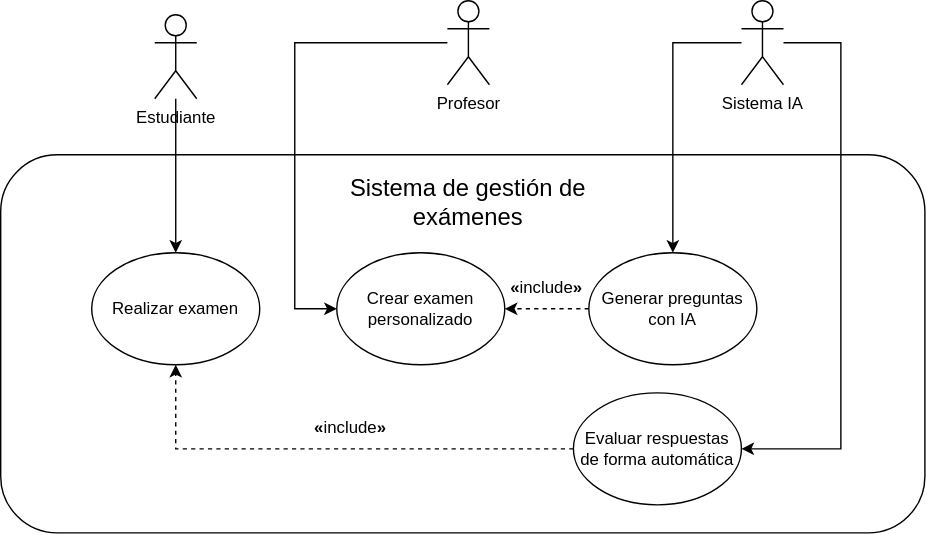
Juanb7737/calificia keeps this draw.io diagram as docs/usecases/UCD-gestionDeExamenes.svg. Above is the earlier version. Source tidied: cells renumbered, new cells last; positions are measured from the earlier drawing's top-left corner, leaving out a move shared by most shapes. Source of this version:
```xml
<mxGraphModel>
  <root>
    <mxCell id="0" />
    <mxCell id="1" parent="0" />
    <mxCell id="2" style="rounded=1;whiteSpace=wrap;html=1;" parent="1" vertex="1">
      <mxGeometry y="110" width="660" height="270" as="geometry" />
    </mxCell>
    <mxCell id="3" style="edgeStyle=orthogonalEdgeStyle;rounded=0;jettySize=auto;html=1;entryX=0;entryY=0.5;entryDx=0;entryDy=0;" parent="1" edge="1" source="4" target="10">
      <mxGeometry relative="1" as="geometry">
        <Array as="points">
          <mxPoint x="210" y="30" />
          <mxPoint x="210" y="220" />
        </Array>
      </mxGeometry>
    </mxCell>
    <mxCell id="4" value="Profesor" style="shape=umlActor;verticalLabelPosition=bottom;verticalAlign=top;html=1;" parent="1" vertex="1">
      <mxGeometry x="319" width="30" height="60" as="geometry" />
    </mxCell>
    <mxCell id="5" style="edgeStyle=orthogonalEdgeStyle;rounded=0;jettySize=auto;html=1;" parent="1" edge="1" source="6" target="13">
      <mxGeometry relative="1" as="geometry" />
    </mxCell>
    <mxCell id="6" value="Estudiante" style="shape=umlActor;verticalLabelPosition=bottom;verticalAlign=top;html=1;" parent="1" vertex="1">
      <mxGeometry x="110" y="10" width="30" height="60" as="geometry" />
    </mxCell>
    <mxCell id="7" style="edgeStyle=orthogonalEdgeStyle;rounded=0;jettySize=auto;html=1;entryX=1;entryY=0.5;entryDx=0;entryDy=0;" parent="1" edge="1" source="9" target="15">
      <mxGeometry relative="1" as="geometry">
        <Array as="points">
          <mxPoint x="600" y="30" />
          <mxPoint x="600" y="320" />
        </Array>
      </mxGeometry>
    </mxCell>
    <mxCell id="8" style="edgeStyle=orthogonalEdgeStyle;rounded=0;jettySize=auto;html=1;" parent="1" edge="1" source="9" target="12">
      <mxGeometry relative="1" as="geometry">
        <Array as="points">
          <mxPoint x="480" y="30" />
        </Array>
      </mxGeometry>
    </mxCell>
    <mxCell id="9" value="Sistema IA" style="shape=umlActor;verticalLabelPosition=bottom;verticalAlign=top;html=1;" parent="1" vertex="1">
      <mxGeometry x="529" width="30" height="60" as="geometry" />
    </mxCell>
    <mxCell id="10" value="Crear examen personalizado" style="ellipse;whiteSpace=wrap;html=1;" parent="1" vertex="1">
      <mxGeometry x="240" y="180" width="120" height="80" as="geometry" />
    </mxCell>
    <mxCell id="11" style="edgeStyle=orthogonalEdgeStyle;rounded=0;jettySize=auto;html=1;entryX=1;entryY=0.5;entryDx=0;entryDy=0;dashed=1;" parent="1" edge="1" source="12" target="10">
      <mxGeometry relative="1" as="geometry" />
    </mxCell>
    <mxCell id="12" value="Generar preguntas con IA" style="ellipse;whiteSpace=wrap;html=1;" parent="1" vertex="1">
      <mxGeometry x="420" y="180" width="120" height="80" as="geometry" />
    </mxCell>
    <mxCell id="13" value="Realizar examen" style="ellipse;whiteSpace=wrap;html=1;" parent="1" vertex="1">
      <mxGeometry x="65" y="180" width="120" height="80" as="geometry" />
    </mxCell>
    <mxCell id="14" style="edgeStyle=orthogonalEdgeStyle;rounded=0;jettySize=auto;html=1;exitX=0;exitY=0.5;exitDx=0;exitDy=0;entryX=0.5;entryY=1;entryDx=0;entryDy=0;dashed=1;" parent="1" edge="1" source="15" target="13">
      <mxGeometry relative="1" as="geometry" />
    </mxCell>
    <mxCell id="15" value="Evaluar respuestas de forma automática" style="ellipse;whiteSpace=wrap;html=1;" parent="1" vertex="1">
      <mxGeometry x="409" y="280" width="120" height="80" as="geometry" />
    </mxCell>
    <mxCell id="16" value="&lt;span id=&quot;columnas_especial&quot;&gt;&lt;strong&gt;«&lt;/strong&gt;&lt;/span&gt;include&lt;strong&gt;»&lt;/strong&gt;" style="text;html=1;align=center;verticalAlign=middle;whiteSpace=wrap;rounded=0;" parent="1" vertex="1">
      <mxGeometry x="360" y="190" width="60" height="30" as="geometry" />
    </mxCell>
    <mxCell id="17" value="&lt;font style=&quot;font-size: 17px;&quot;&gt;Sistema de gestión de exámenes&lt;/font&gt;" style="text;html=1;align=center;verticalAlign=middle;whiteSpace=wrap;rounded=0;" parent="1" vertex="1">
      <mxGeometry x="234" y="130" width="200" height="30" as="geometry" />
    </mxCell>
    <mxCell id="18" value="&lt;span id=&quot;columnas_especial&quot;&gt;&lt;strong&gt;«&lt;/strong&gt;&lt;/span&gt;include&lt;strong&gt;»&lt;/strong&gt;" style="text;html=1;align=center;verticalAlign=middle;whiteSpace=wrap;rounded=0;" parent="1" vertex="1">
      <mxGeometry x="220" y="290" width="60" height="30" as="geometry" />
    </mxCell>
  </root>
</mxGraphModel>
```
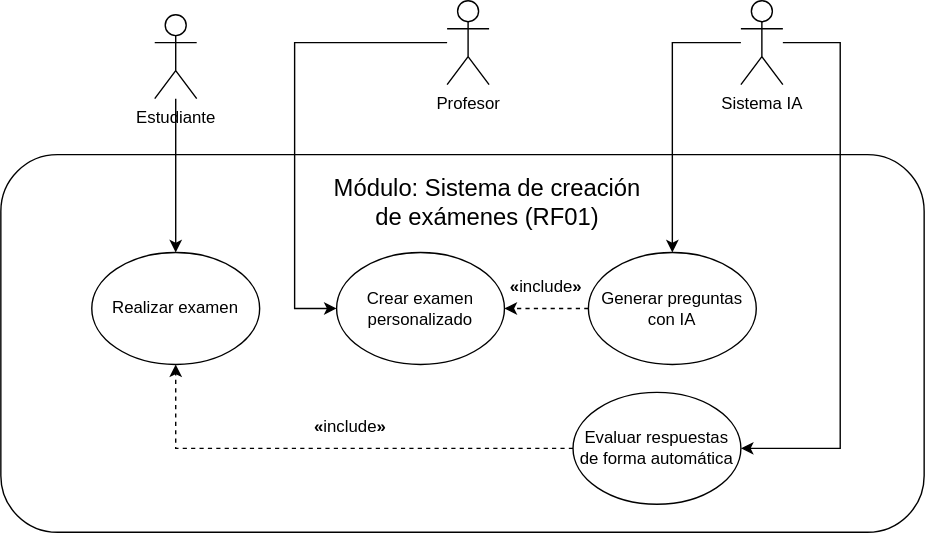
Above is the later version.

The edit, as a diff of the source:
```diff
@@ -61,8 +61,8 @@
     <mxCell id="16" value="&lt;span id=&quot;columnas_especial&quot;&gt;&lt;strong&gt;«&lt;/strong&gt;&lt;/span&gt;include&lt;strong&gt;»&lt;/strong&gt;" style="text;html=1;align=center;verticalAlign=middle;whiteSpace=wrap;rounded=0;" parent="1" vertex="1">
       <mxGeometry x="360" y="190" width="60" height="30" as="geometry" />
     </mxCell>
-    <mxCell id="17" value="&lt;font style=&quot;font-size: 17px;&quot;&gt;Sistema de gestión de exámenes&lt;/font&gt;" style="text;html=1;align=center;verticalAlign=middle;whiteSpace=wrap;rounded=0;" parent="1" vertex="1">
-      <mxGeometry x="234" y="130" width="200" height="30" as="geometry" />
+    <mxCell id="17" value="&lt;font style=&quot;font-size: 17px;&quot;&gt;Módulo: Sistema de creación de exámenes (RF01)&lt;/font&gt;" style="text;html=1;align=center;verticalAlign=middle;whiteSpace=wrap;rounded=0;" parent="1" vertex="1">
+      <mxGeometry x="230" y="120" width="236" height="50" as="geometry" />
     </mxCell>
     <mxCell id="18" value="&lt;span id=&quot;columnas_especial&quot;&gt;&lt;strong&gt;«&lt;/strong&gt;&lt;/span&gt;include&lt;strong&gt;»&lt;/strong&gt;" style="text;html=1;align=center;verticalAlign=middle;whiteSpace=wrap;rounded=0;" parent="1" vertex="1">
       <mxGeometry x="220" y="290" width="60" height="30" as="geometry" />
```
